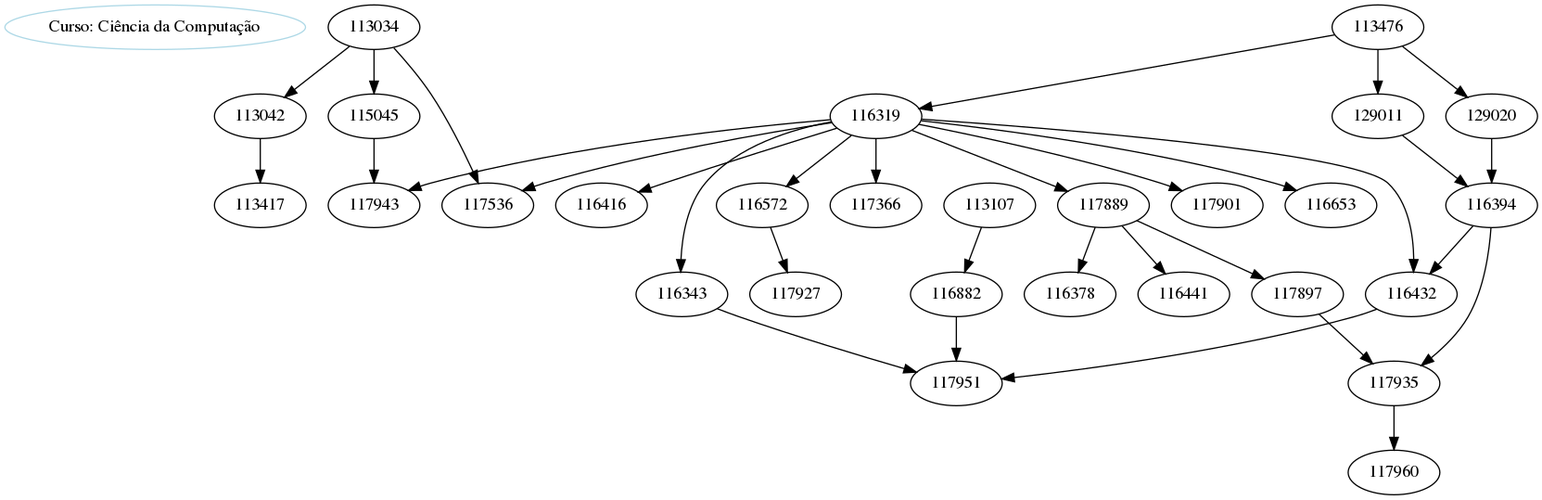
This is Projeto_2/grafo.dot.png from joaoadm94/tag-2019-2, a Graphviz export, as it was before one commit. Its source is kept beside it as Projeto_2/grafo.dot.
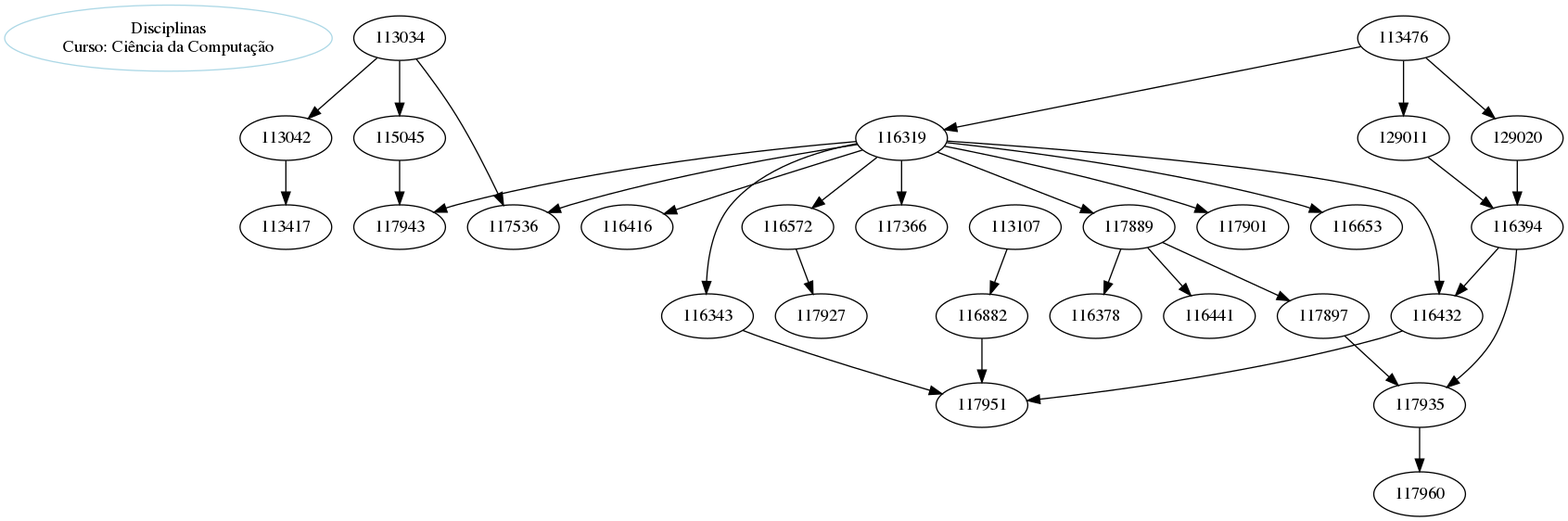
Later version of the same file.

What changed in the source:
```diff
@@ -1,5 +1,6 @@
 digraph Disciplinas {
- c [color=lightblue, label="Curso: Ciência da Computação"];
+ c [color=lightblue, label="Disciplinas
+Curso: Ciência da Computação"];
 "113034" -> "113042";
 "113034" -> "115045";
 "113034" -> "117536";
```
